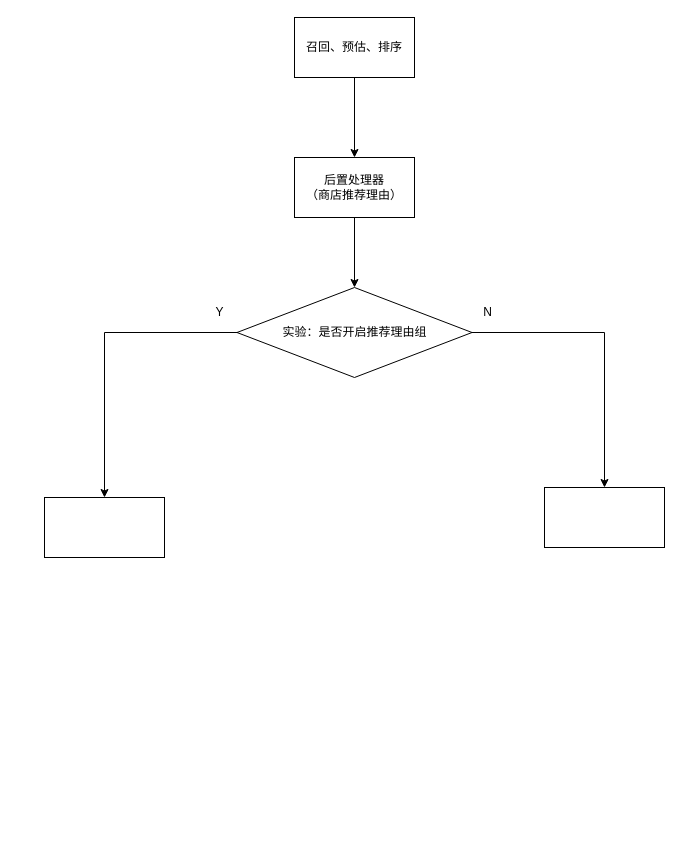
Above: ranker打散.drawio in ETHAN0430/draw.io.repo (draw.io), before the change. Source tidied: cells renumbered, new cells numbered last; positions are measured from the earlier drawing's top-left corner, leaving out a move shared by most shapes. Both pictures are drawn from the tidied source at 100%, with x=0, y=0 at pixel (44, 17).
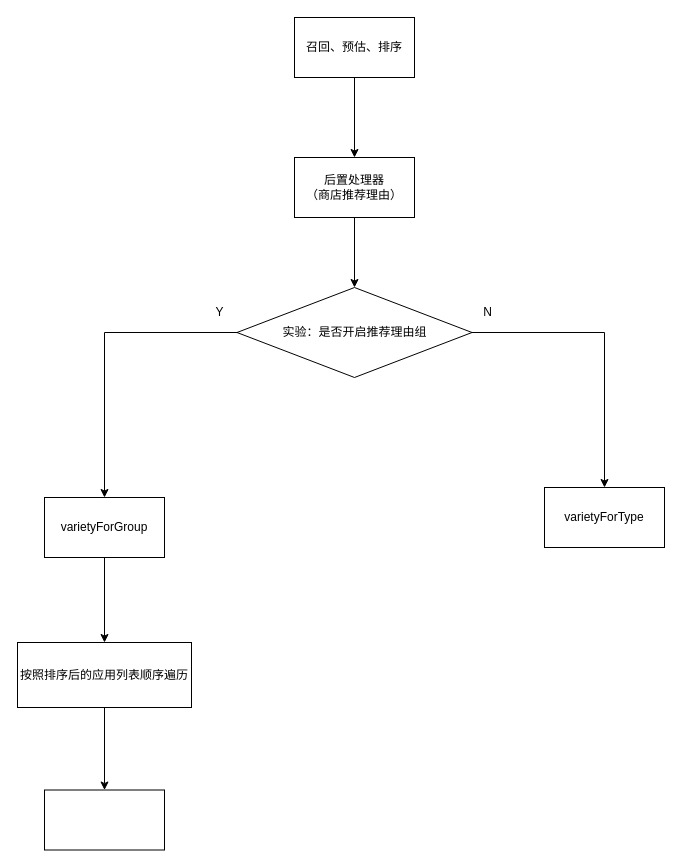
The same page after the edit.

What changed in the source:
```diff
@@
 <mxGraphModel>
   <root>
     <mxCell id="0" />
     <mxCell id="1" parent="0" />
     <mxCell id="2" style="edgeStyle=orthogonalEdgeStyle;rounded=0;jettySize=auto;html=1;" parent="1" edge="1" source="3" target="5">
       <mxGeometry relative="1" as="geometry" />
     </mxCell>
     <mxCell id="3" value="召回、预估、排序" style="whiteSpace=wrap;html=1;" parent="1" vertex="1">
       <mxGeometry x="250" width="120" height="60" as="geometry" />
     </mxCell>
     <mxCell id="4" style="edgeStyle=orthogonalEdgeStyle;rounded=0;jettySize=auto;html=1;" parent="1" edge="1" source="5" target="8">
       <mxGeometry relative="1" as="geometry" />
     </mxCell>
     <mxCell id="5" value="后置处理器&lt;br&gt;（商店推荐理由）" style="whiteSpace=wrap;html=1;" parent="1" vertex="1">
       <mxGeometry x="250" y="140" width="120" height="60" as="geometry" />
     </mxCell>
     <mxCell id="6" style="edgeStyle=orthogonalEdgeStyle;rounded=0;jettySize=auto;html=1;" parent="1" edge="1" source="8" target="9">
       <mxGeometry relative="1" as="geometry" />
     </mxCell>
     <mxCell id="7" style="edgeStyle=orthogonalEdgeStyle;rounded=0;jettySize=auto;html=1;" parent="1" edge="1" source="8" target="10">
       <mxGeometry relative="1" as="geometry" />
     </mxCell>
     <mxCell id="8" value="实验：是否开启推荐理由组" style="rhombus;whiteSpace=wrap;html=1;" parent="1" vertex="1">
       <mxGeometry x="192.5" y="270" width="235" height="90" as="geometry" />
     </mxCell>
+    <mxCell id="13" style="edgeStyle=orthogonalEdgeStyle;rounded=0;jettySize=auto;html=1;" parent="1" edge="1" source="9" target="15">
+      <mxGeometry relative="1" as="geometry" />
+    </mxCell>
-    <mxCell id="9" style="whiteSpace=wrap;html=1;" parent="1" vertex="1">
+    <mxCell id="9" value="varietyForGroup" style="whiteSpace=wrap;html=1;" parent="1" vertex="1">
       <mxGeometry y="480" width="120" height="60" as="geometry" />
     </mxCell>
-    <mxCell id="10" style="whiteSpace=wrap;html=1;" parent="1" vertex="1">
+    <mxCell id="10" value="varietyForType" style="whiteSpace=wrap;html=1;" parent="1" vertex="1">
       <mxGeometry x="500" y="470" width="120" height="60" as="geometry" />
     </mxCell>
     <mxCell id="11" value="Y" style="text;html=1;align=center;verticalAlign=middle;strokeColor=none;fillColor=none;" parent="1" vertex="1">
       <mxGeometry x="160" y="280" width="30" height="30" as="geometry" />
     </mxCell>
     <mxCell id="12" value="N" style="text;html=1;align=center;verticalAlign=middle;strokeColor=none;fillColor=none;" parent="1" vertex="1">
       <mxGeometry x="427.5" y="280" width="30" height="30" as="geometry" />
     </mxCell>
+    <mxCell id="14" style="edgeStyle=orthogonalEdgeStyle;rounded=0;jettySize=auto;html=1;" parent="1" edge="1" source="15" target="16">
+      <mxGeometry relative="1" as="geometry" />
+    </mxCell>
+    <mxCell id="15" value="按照排序后的应用列表顺序遍历" style="whiteSpace=wrap;html=1;" parent="1" vertex="1">
+      <mxGeometry x="-27" y="625" width="174" height="65" as="geometry" />
+    </mxCell>
+    <mxCell id="16" style="whiteSpace=wrap;html=1;" parent="1" vertex="1">
+      <mxGeometry y="772.5" width="120" height="60" as="geometry" />
+    </mxCell>
   </root>
 </mxGraphModel>
```
